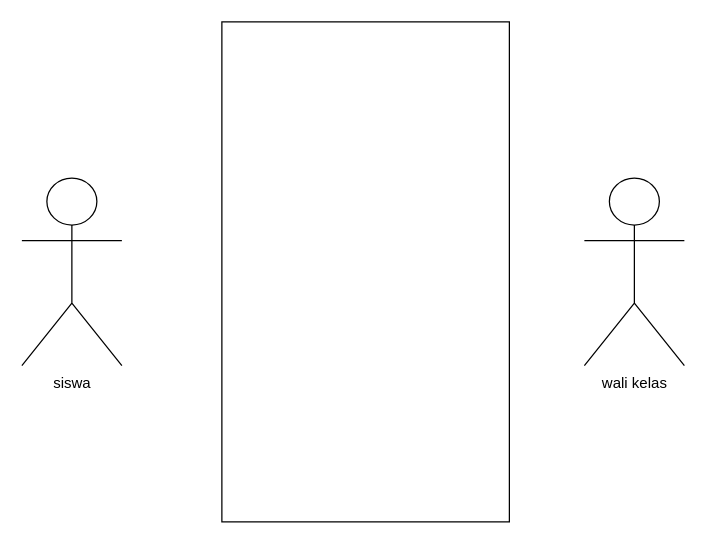
The draw.io diagram use-case.drawio in titapuspitas/Tefa-Tabungan, before the edit. Source tidied: cells renumbered, new cells numbered last; positions are measured from the earlier drawing's top-left corner, leaving out a move shared by most shapes. Both pictures are drawn from the tidied source at 125%, with x=0, y=0 at pixel (21, 21).
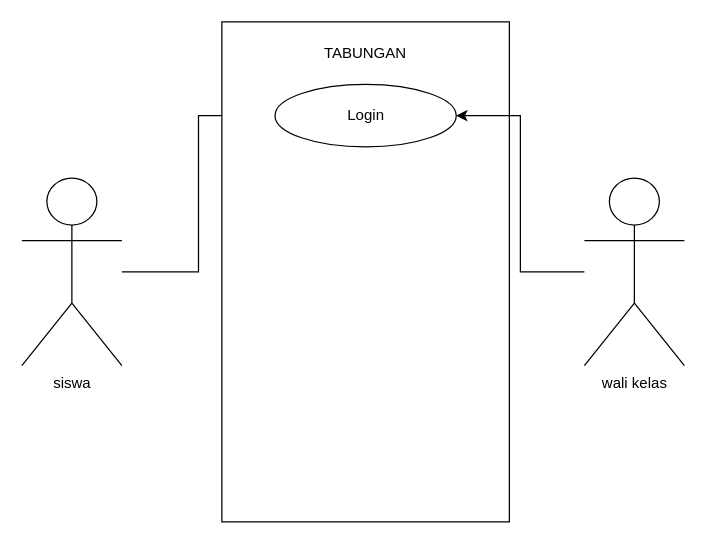
Above is the later version.

Change to the diagram source:
```diff
@@
 <mxGraphModel>
   <root>
     <mxCell id="0" />
     <mxCell id="1" parent="0" />
+    <mxCell id="5" style="edgeStyle=orthogonalEdgeStyle;rounded=0;jettySize=auto;html=1;entryX=0;entryY=0.5;entryDx=0;entryDy=0;" parent="1" edge="1" source="2" target="8">
+      <mxGeometry relative="1" as="geometry" />
+    </mxCell>
     <mxCell id="2" value="siswa&lt;div&gt;&lt;br&gt;&lt;/div&gt;" style="shape=umlActor;verticalLabelPosition=bottom;verticalAlign=top;html=1;outlineConnect=0;" parent="1" vertex="1">
       <mxGeometry y="125" width="80" height="150" as="geometry" />
     </mxCell>
     <mxCell id="3" style="rounded=0;whiteSpace=wrap;html=1;" parent="1" vertex="1">
       <mxGeometry x="160" width="230" height="400" as="geometry" />
     </mxCell>
+    <mxCell id="6" style="edgeStyle=orthogonalEdgeStyle;rounded=0;jettySize=auto;html=1;entryX=1;entryY=0.5;entryDx=0;entryDy=0;" parent="1" edge="1" source="4" target="8">
+      <mxGeometry relative="1" as="geometry" />
+    </mxCell>
     <mxCell id="4" value="&lt;div&gt;wali kelas&lt;/div&gt;&lt;div&gt;&lt;br&gt;&lt;/div&gt;" style="shape=umlActor;verticalLabelPosition=bottom;verticalAlign=top;html=1;outlineConnect=0;" parent="1" vertex="1">
       <mxGeometry x="450" y="125" width="80" height="150" as="geometry" />
     </mxCell>
+    <mxCell id="7" value="TABUNGAN" style="text;html=1;align=center;verticalAlign=middle;whiteSpace=wrap;rounded=0;" parent="1" vertex="1">
+      <mxGeometry x="245" y="10" width="60" height="30" as="geometry" />
+    </mxCell>
+    <mxCell id="8" value="Login" style="ellipse;whiteSpace=wrap;html=1;" parent="1" vertex="1">
+      <mxGeometry x="202.5" y="50" width="145" height="50" as="geometry" />
+    </mxCell>
   </root>
 </mxGraphModel>
```
